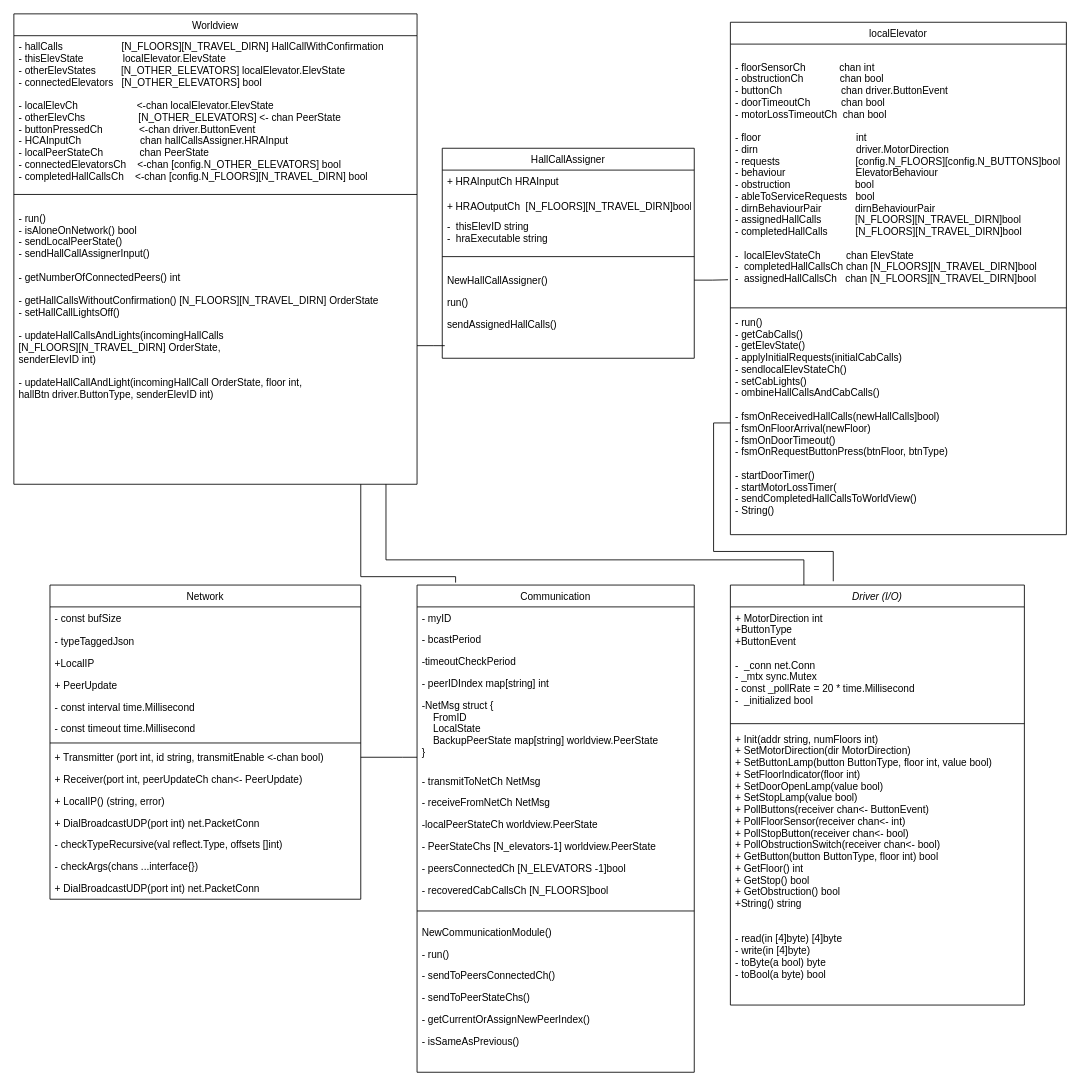
This is Diagrammer/final_class_diagram.drawio from MathiasSagerup/Sanntid, a draw.io file, before an edit. Source tidied: cells renumbered, new cells numbered last; positions are measured from the earlier drawing's top-left corner, leaving out a move shared by most shapes. Both pictures are drawn from the tidied source at 84%, with x=0, y=0 at pixel (13, 13).
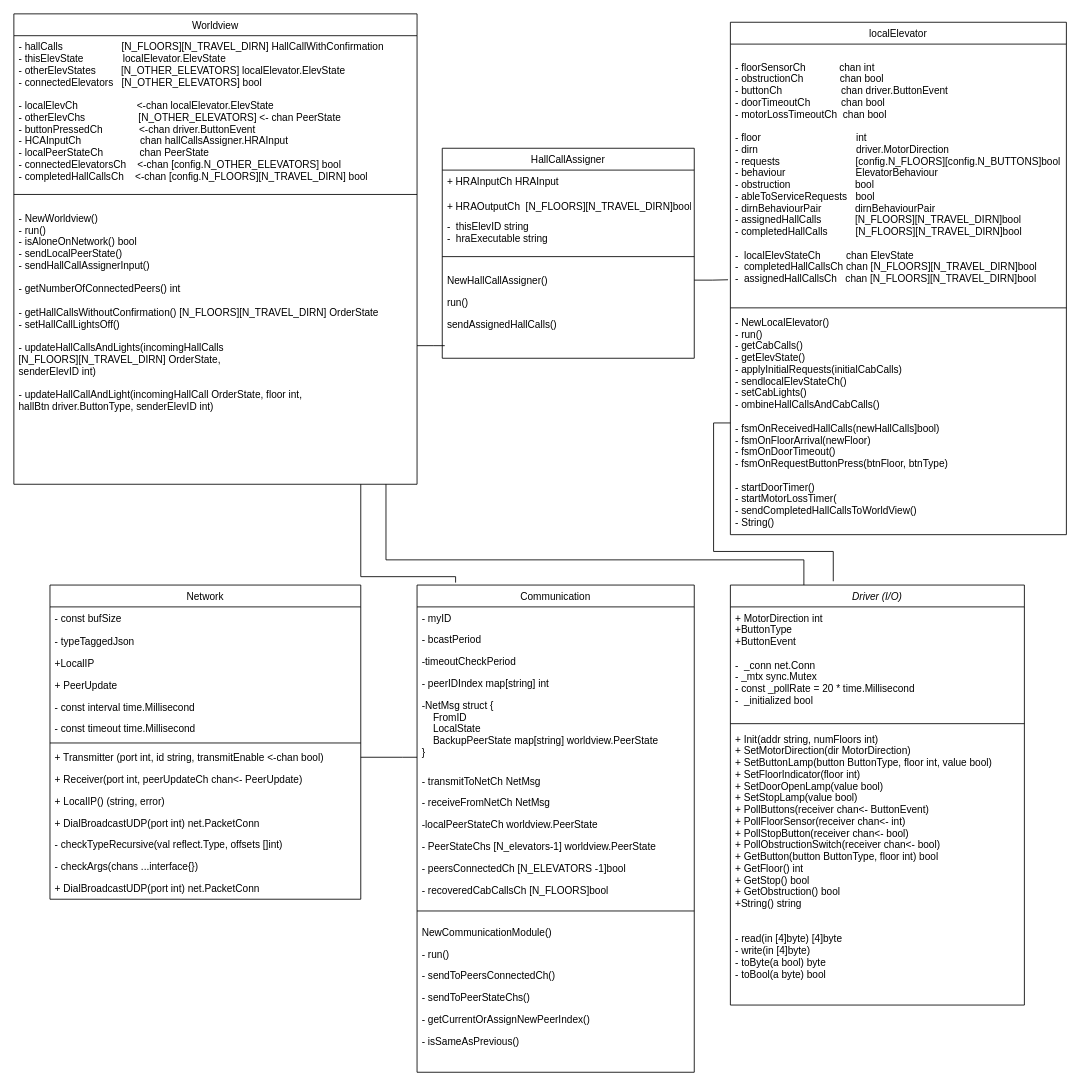
After the change.

The change refers to these unchanged cells:
```xml
<mxCell id="6" value="localElevator" style="swimlane;fontStyle=0;align=center;verticalAlign=top;horizontal=1;startSize=26;rounded=0;shadow=0;strokeWidth=1;" parent="1" vertex="1">
  <mxGeometry x="853" y="10" width="400" height="610" as="geometry" />
</mxCell>
<mxCell id="29" value="Worldview" style="swimlane;fontStyle=0;align=center;verticalAlign=top;horizontal=1;startSize=26;rounded=0;shadow=0;strokeWidth=1;" parent="1" vertex="1">
  <mxGeometry width="480" height="560" as="geometry" />
</mxCell>
```

The edit, as a diff of the source:
```diff
@@
-    <mxCell id="9" value="- run()&#10;- getCabCalls()&#10;- getElevState()&#10;- applyInitialRequests(initialCabCalls)&#10;- sendlocalElevStateCh()&#10;- setCabLights()&#10;- ombineHallCallsAndCabCalls()&#10;&#10;- fsmOnReceivedHallCalls(newHallCalls]bool)&#10;- fsmOnFloorArrival(newFloor)&#10;- fsmOnDoorTimeout()&#10;- fsmOnRequestButtonPress(btnFloor, btnType)&#10;&#10;- startDoorTimer()&#10;- startMotorLossTimer(&#10;- sendCompletedHallCallsToWorldView()&#10;- String()&#10;&#10;&#10;" style="text;align=left;verticalAlign=top;spacingLeft=4;spacingRight=4;overflow=hidden;points=[[0,0.5],[1,0.5]];portConstraint=eastwest;rounded=0;shadow=0;html=0;" parent="6" vertex="1">
+    <mxCell id="9" value="- NewLocalElevator()&#10;- run()&#10;- getCabCalls()&#10;- getElevState()&#10;- applyInitialRequests(initialCabCalls)&#10;- sendlocalElevStateCh()&#10;- setCabLights()&#10;- ombineHallCallsAndCabCalls()&#10;&#10;- fsmOnReceivedHallCalls(newHallCalls]bool)&#10;- fsmOnFloorArrival(newFloor)&#10;- fsmOnDoorTimeout()&#10;- fsmOnRequestButtonPress(btnFloor, btnType)&#10;&#10;- startDoorTimer()&#10;- startMotorLossTimer(&#10;- sendCompletedHallCallsToWorldView()&#10;- String()&#10;&#10;&#10;" style="text;align=left;verticalAlign=top;spacingLeft=4;spacingRight=4;overflow=hidden;points=[[0,0.5],[1,0.5]];portConstraint=eastwest;rounded=0;shadow=0;html=0;" parent="6" vertex="1">
       <mxGeometry y="344" width="400" height="266" as="geometry" />
     </mxCell>
@@
-    <mxCell id="33" value="- run()&#10;- isAloneOnNetwork() bool&#10;- sendLocalPeerState()&#10;- sendHallCallAssignerInput()&#10;&#10;- getNumberOfConnectedPeers() int&#10;&#10;- getHallCallsWithoutConfirmation() [N_FLOORS][N_TRAVEL_DIRN] OrderState&#10;- setHallCallLightsOff()&#10;&#10;- updateHallCallsAndLights(incomingHallCalls &#10;[N_FLOORS][N_TRAVEL_DIRN] OrderState, &#10;senderElevID int)&#10;&#10;- updateHallCallAndLight(incomingHallCall OrderState, floor int, &#10;hallBtn driver.ButtonType, senderElevID int)&#10;&#10;" style="text;align=left;verticalAlign=top;spacingLeft=4;spacingRight=4;overflow=hidden;points=[[0,0.5],[1,0.5]];portConstraint=eastwest;rounded=0;shadow=0;html=0;" parent="29" vertex="1">
+    <mxCell id="33" value="- NewWorldview()&#10;- run()&#10;- isAloneOnNetwork() bool&#10;- sendLocalPeerState()&#10;- sendHallCallAssignerInput()&#10;&#10;- getNumberOfConnectedPeers() int&#10;&#10;- getHallCallsWithoutConfirmation() [N_FLOORS][N_TRAVEL_DIRN] OrderState&#10;- setHallCallLightsOff()&#10;&#10;- updateHallCallsAndLights(incomingHallCalls &#10;[N_FLOORS][N_TRAVEL_DIRN] OrderState, &#10;senderElevID int)&#10;&#10;- updateHallCallAndLight(incomingHallCall OrderState, floor int, &#10;hallBtn driver.ButtonType, senderElevID int)&#10;&#10;" style="text;align=left;verticalAlign=top;spacingLeft=4;spacingRight=4;overflow=hidden;points=[[0,0.5],[1,0.5]];portConstraint=eastwest;rounded=0;shadow=0;html=0;" parent="29" vertex="1">
       <mxGeometry y="230" width="480" height="330" as="geometry" />
     </mxCell>
```
